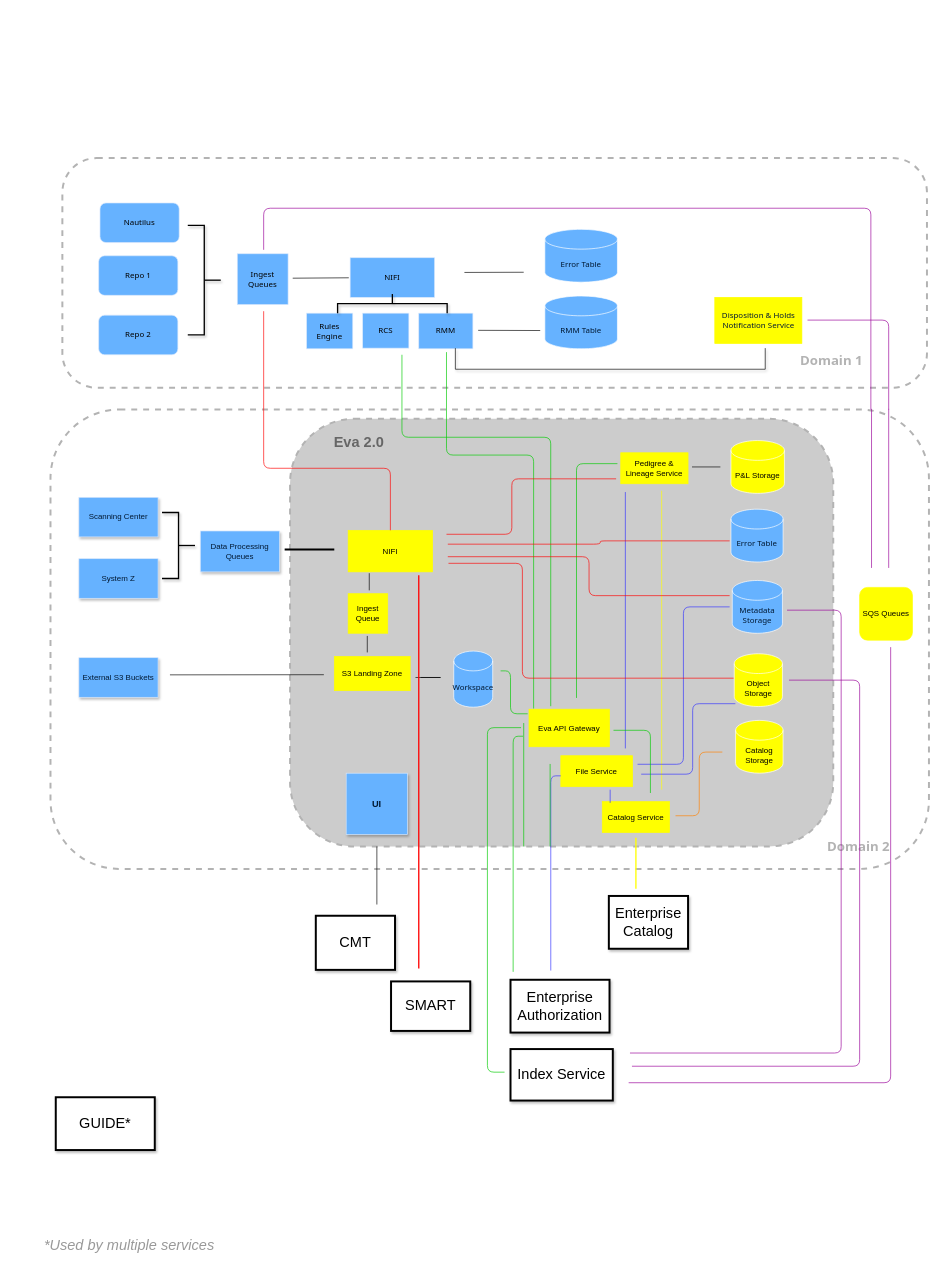
Earlier version of the draw.io diagram page "Eva 2.0 High Level" (1 of 4) of Drawings/MainArchitecture.drawio (flare891/rmslow). Source tidied: cells renumbered, new cells numbered last; positions are measured from the earlier drawing's top-left corner, leaving out a move shared by most shapes. Both pictures are drawn from the tidied source at 66%, with x=0, y=0 at pixel (40, 158).
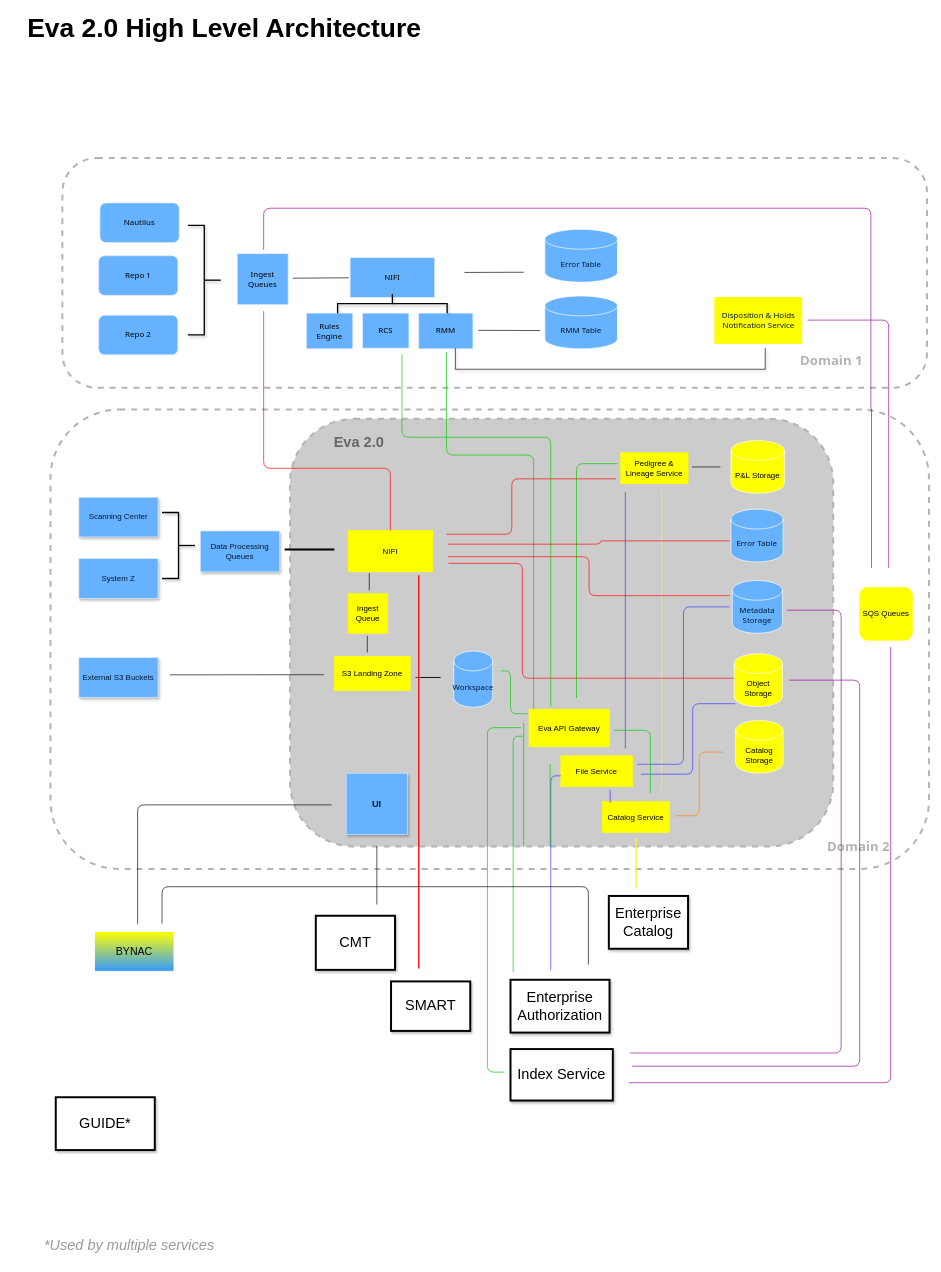
The same page after the edit.

The edit, as a diff of the source:
```diff
@@
+    <mxCell id="89" value="Eva 2.0 High Level Architecture" style="text;html=1;strokeColor=none;fillColor=none;align=center;verticalAlign=middle;whiteSpace=wrap;rounded=0;fontSize=40;fontStyle=1;" parent="1" vertex="1">
+      <mxGeometry x="-44" y="-208" width="645" height="20" as="geometry" />
+    </mxCell>
+    <mxCell id="90" value="BYNAC" style="rounded=0;whiteSpace=wrap;html=1;fillColor=#FFFF00;fontSize=16;fontColor=#000000;align=center;strokeColor=#FFFFFF;gradientColor=#3399FF;" parent="1" vertex="1">
+      <mxGeometry x="82" y="1172" width="120" height="60" as="geometry" />
+    </mxCell>
+    <mxCell id="91" style="edgeStyle=segmentEdgeStyle;endArrow=none;html=1;strokeColor=#000000;fontSize=16;fontColor=#000000;endFill=0;" parent="1" edge="1">
+      <mxGeometry relative="1" as="geometry">
+        <mxPoint x="830" y="1222" as="sourcePoint" />
+        <mxPoint x="184" y="1160" as="targetPoint" />
+        <Array as="points">
+          <mxPoint x="830" y="1104" />
+          <mxPoint x="184" y="1104" />
+          <mxPoint x="184" y="1145" />
+        </Array>
+      </mxGeometry>
+    </mxCell>
+    <mxCell id="92" style="edgeStyle=elbowEdgeStyle;elbow=horizontal;endArrow=none;html=1;strokeColor=#000000;fontSize=16;fontColor=#000000;endFill=0;" parent="1" edge="1">
+      <mxGeometry relative="1" as="geometry">
+        <mxPoint x="147" y="1161" as="sourcePoint" />
+        <mxPoint x="441" y="980" as="targetPoint" />
+        <Array as="points">
+          <mxPoint x="147" y="980" />
+        </Array>
+      </mxGeometry>
+    </mxCell>
```
